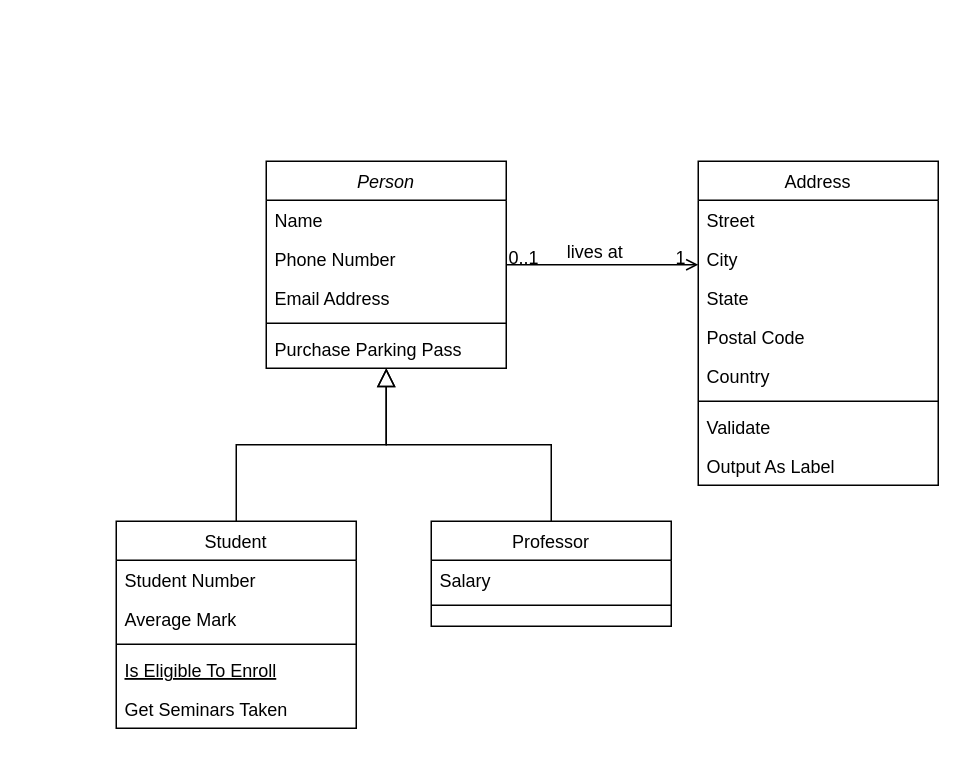
This is Untitled Diagram.drawio from SvetlanaRomaniuk111/goit-pycore-hw-08, a draw.io file, before an edit. Source tidied: cells renumbered, new cells numbered last; positions are measured from the earlier drawing's top-left corner, leaving out a move shared by most shapes. Both pictures are drawn from the tidied source at 150%, with x=0, y=0 at pixel (116, 160).
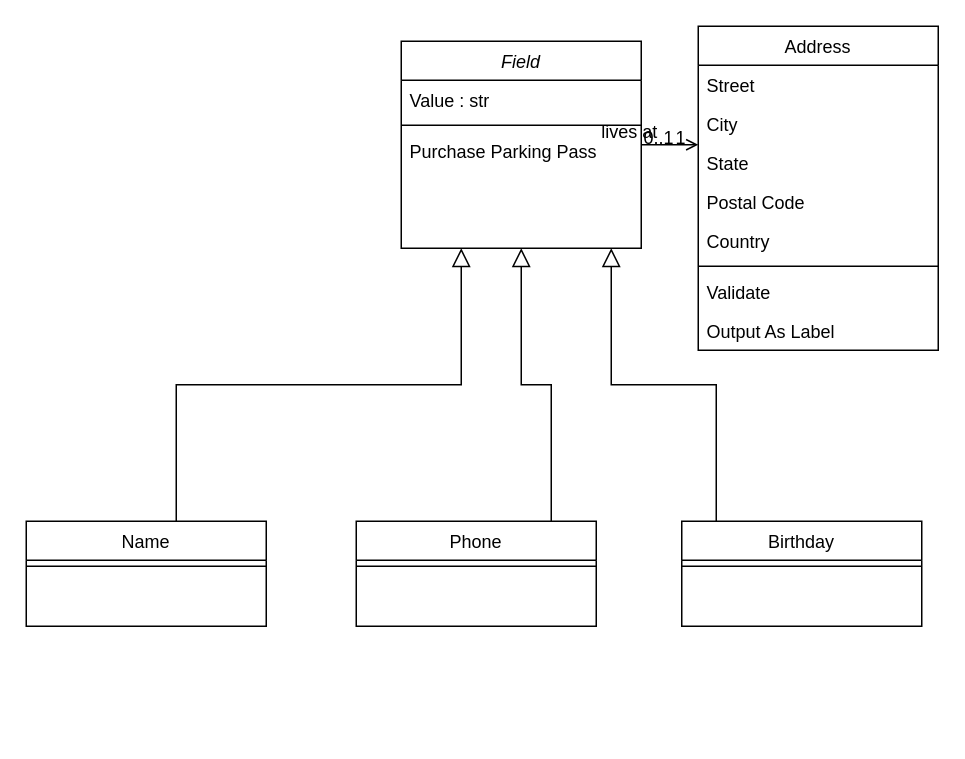
The same diagram, later.

What changed in the source:
```diff
@@
-    <mxCell id="2" value="Person" style="swimlane;fontStyle=2;align=center;verticalAlign=top;horizontal=1;startSize=26;rounded=0;shadow=0;strokeWidth=1;" parent="1" vertex="1">
-      <mxGeometry x="100" width="160" height="138" as="geometry" />
+    <mxCell id="2" value="Field&#10;" style="swimlane;fontStyle=2;align=center;verticalAlign=top;horizontal=1;startSize=26;rounded=0;shadow=0;strokeWidth=1;" parent="1" vertex="1">
+      <mxGeometry x="190" y="-80" width="160" height="138" as="geometry" />
     </mxCell>
-    <mxCell id="3" value="Name" style="text;align=left;verticalAlign=top;spacingLeft=4;spacingRight=4;overflow=hidden;" parent="2" vertex="1">
-      <mxGeometry y="26" width="160" height="26" as="geometry" />
-    </mxCell>
-    <mxCell id="4" value="Phone Number" style="text;align=left;verticalAlign=top;spacingLeft=4;spacingRight=4;overflow=hidden;rounded=0;shadow=0;html=0;" parent="2" vertex="1">
-      <mxGeometry y="52" width="160" height="26" as="geometry" />
-    </mxCell>
-    <mxCell id="5" value="Email Address" style="text;align=left;verticalAlign=top;spacingLeft=4;spacingRight=4;overflow=hidden;rounded=0;shadow=0;html=0;" parent="2" vertex="1">
-      <mxGeometry y="78" width="160" height="26" as="geometry" />
+    <mxCell id="5" value="Value : str&#10;" style="text;align=left;verticalAlign=top;spacingLeft=4;spacingRight=4;overflow=hidden;rounded=0;shadow=0;html=0;" parent="2" vertex="1">
+      <mxGeometry y="26" width="160" height="26" as="geometry" />
     </mxCell>
     <mxCell id="6" style="line;html=1;strokeWidth=1;align=left;verticalAlign=middle;spacingTop=-1;spacingLeft=3;spacingRight=3;labelPosition=right;" parent="2" vertex="1">
-      <mxGeometry y="104" width="160" height="8" as="geometry" />
+      <mxGeometry y="52" width="160" height="8" as="geometry" />
     </mxCell>
     <mxCell id="7" value="Purchase Parking Pass" style="text;align=left;verticalAlign=top;spacingLeft=4;spacingRight=4;overflow=hidden;" parent="2" vertex="1">
-      <mxGeometry y="112" width="160" height="26" as="geometry" />
+      <mxGeometry y="60" width="160" height="26" as="geometry" />
     </mxCell>
-    <mxCell id="8" value="Student" style="swimlane;fontStyle=0;align=center;verticalAlign=top;horizontal=1;startSize=26;rounded=0;shadow=0;strokeWidth=1;" parent="1" vertex="1">
-      <mxGeometry y="240" width="160" height="138" as="geometry" />
+    <mxCell id="8" value="Name" style="swimlane;fontStyle=0;align=center;verticalAlign=top;horizontal=1;startSize=26;rounded=0;shadow=0;strokeWidth=1;" parent="1" vertex="1">
+      <mxGeometry x="-60" y="240" width="160" height="70" as="geometry" />
     </mxCell>
-    <mxCell id="9" value="Student Number" style="text;align=left;verticalAlign=top;spacingLeft=4;spacingRight=4;overflow=hidden;" parent="8" vertex="1">
-      <mxGeometry y="26" width="160" height="26" as="geometry" />
-    </mxCell>
-    <mxCell id="10" value="Average Mark" style="text;align=left;verticalAlign=top;spacingLeft=4;spacingRight=4;overflow=hidden;rounded=0;shadow=0;html=0;" parent="8" vertex="1">
-      <mxGeometry y="52" width="160" height="26" as="geometry" />
-    </mxCell>
     <mxCell id="11" style="line;html=1;strokeWidth=1;align=left;verticalAlign=middle;spacingTop=-1;spacingLeft=3;spacingRight=3;labelPosition=right;" parent="8" vertex="1">
-      <mxGeometry y="78" width="160" height="8" as="geometry" />
+      <mxGeometry y="26" width="160" height="8" as="geometry" />
     </mxCell>
-    <mxCell id="12" value="Is Eligible To Enroll" style="text;align=left;verticalAlign=top;spacingLeft=4;spacingRight=4;overflow=hidden;fontStyle=4;" parent="8" vertex="1">
-      <mxGeometry y="86" width="160" height="26" as="geometry" />
-    </mxCell>
-    <mxCell id="13" value="Get Seminars Taken" style="text;align=left;verticalAlign=top;spacingLeft=4;spacingRight=4;overflow=hidden;" parent="8" vertex="1">
-      <mxGeometry y="112" width="160" height="26" as="geometry" />
-    </mxCell>
-    <mxCell id="14" style="endArrow=block;endSize=10;endFill=0;shadow=0;strokeWidth=1;rounded=0;curved=0;edgeStyle=elbowEdgeStyle;elbow=vertical;" parent="1" edge="1" source="8" target="2">
-      <mxGeometry relative="1" as="geometry" />
+    <mxCell id="14" style="endArrow=block;endSize=10;endFill=0;shadow=0;strokeWidth=1;rounded=0;curved=0;edgeStyle=elbowEdgeStyle;elbow=vertical;" parent="1" edge="1">
+      <mxGeometry relative="1" as="geometry">
+        <mxPoint x="40" y="240" as="sourcePoint" />
+        <mxPoint x="230" y="58" as="targetPoint" />
+      </mxGeometry>
     </mxCell>
-    <mxCell id="15" value="Professor" style="swimlane;fontStyle=0;align=center;verticalAlign=top;horizontal=1;startSize=26;rounded=0;shadow=0;strokeWidth=1;" parent="1" vertex="1">
-      <mxGeometry x="210" y="240" width="160" height="70" as="geometry" />
-    </mxCell>
-    <mxCell id="16" value="Salary" style="text;align=left;verticalAlign=top;spacingLeft=4;spacingRight=4;overflow=hidden;" parent="15" vertex="1">
-      <mxGeometry y="26" width="160" height="26" as="geometry" />
-    </mxCell>
-    <mxCell id="17" style="line;html=1;strokeWidth=1;align=left;verticalAlign=middle;spacingTop=-1;spacingLeft=3;spacingRight=3;labelPosition=right;" parent="15" vertex="1">
-      <mxGeometry y="52" width="160" height="8" as="geometry" />
-    </mxCell>
-    <mxCell id="18" style="endArrow=block;endSize=10;endFill=0;shadow=0;strokeWidth=1;rounded=0;curved=0;edgeStyle=elbowEdgeStyle;elbow=vertical;" parent="1" edge="1" source="15" target="2">
-      <mxGeometry relative="1" as="geometry" />
+    <mxCell id="18" style="endArrow=block;endSize=10;endFill=0;shadow=0;strokeWidth=1;rounded=0;curved=0;edgeStyle=elbowEdgeStyle;elbow=vertical;" parent="1" edge="1">
+      <mxGeometry relative="1" as="geometry">
+        <mxPoint x="290" y="240" as="sourcePoint" />
+        <mxPoint x="270" y="58" as="targetPoint" />
+      </mxGeometry>
     </mxCell>
     <mxCell id="19" value="Address" style="swimlane;fontStyle=0;align=center;verticalAlign=top;horizontal=1;startSize=26;rounded=0;shadow=0;strokeWidth=1;" parent="1" vertex="1">
-      <mxGeometry x="388" width="160" height="216" as="geometry" />
+      <mxGeometry x="388" y="-90" width="160" height="216" as="geometry" />
     </mxCell>
@@
+    <mxCell id="32" value="Phone" style="swimlane;fontStyle=0;align=center;verticalAlign=top;horizontal=1;startSize=26;rounded=0;shadow=0;strokeWidth=1;" parent="1" vertex="1">
+      <mxGeometry x="160" y="240" width="160" height="70" as="geometry" />
+    </mxCell>
+    <mxCell id="33" style="line;html=1;strokeWidth=1;align=left;verticalAlign=middle;spacingTop=-1;spacingLeft=3;spacingRight=3;labelPosition=right;" parent="32" vertex="1">
+      <mxGeometry y="26" width="160" height="8" as="geometry" />
+    </mxCell>
+    <mxCell id="34" value="Birthday" style="swimlane;fontStyle=0;align=center;verticalAlign=top;horizontal=1;startSize=26;rounded=0;shadow=0;strokeWidth=1;" parent="1" vertex="1">
+      <mxGeometry x="377" y="240" width="160" height="70" as="geometry" />
+    </mxCell>
+    <mxCell id="35" style="line;html=1;strokeWidth=1;align=left;verticalAlign=middle;spacingTop=-1;spacingLeft=3;spacingRight=3;labelPosition=right;" parent="34" vertex="1">
+      <mxGeometry y="26" width="160" height="8" as="geometry" />
+    </mxCell>
+    <mxCell id="36" style="endArrow=block;endSize=10;endFill=0;shadow=0;strokeWidth=1;rounded=0;curved=0;edgeStyle=elbowEdgeStyle;elbow=vertical;" parent="1" edge="1">
+      <mxGeometry relative="1" as="geometry">
+        <mxPoint x="400" y="240" as="sourcePoint" />
+        <mxPoint x="330" y="58" as="targetPoint" />
+      </mxGeometry>
+    </mxCell>
```
